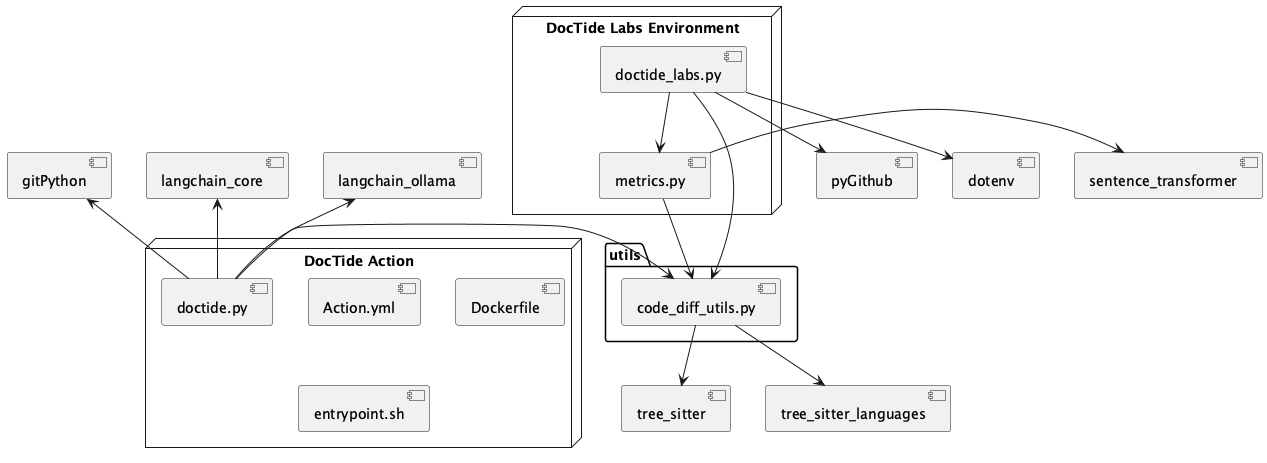
BrandtBoys/DocTide keeps this PlantUML diagram as docs/component_diagram.png. Above is the earlier version.
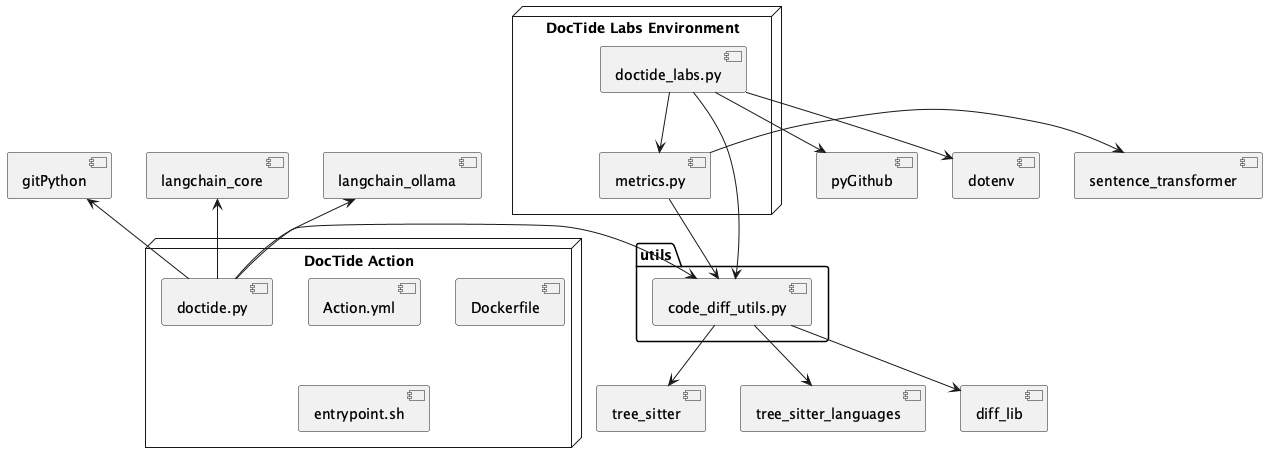
The same file after the commit.

Diff of the diagram source:
```diff
@@ -28,5 +28,6 @@
 [metrics.py] --> [code_diff_utils.py]
 [code_diff_utils.py] --> [tree_sitter]
 [code_diff_utils.py] --> [tree_sitter_languages]
+[code_diff_utils.py] --> [diff_lib]
 
 @enduml
```
